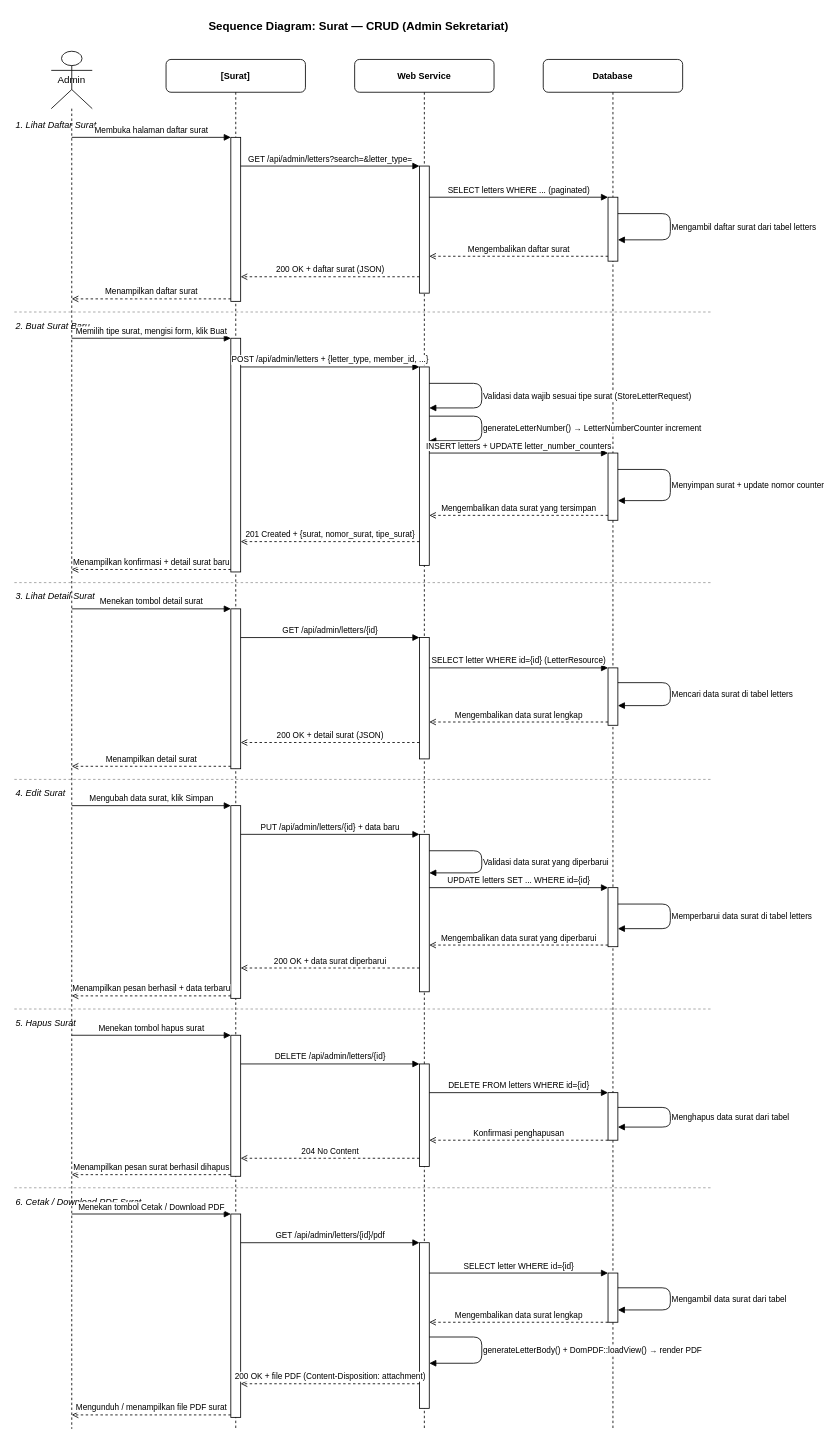
The draw.io diagram page "Surat" (3 of 5) of docs/sequence-diagram-sekretariat.drawio in davidgultom111/SekretariatSahala, before the edit. Source tidied: cells renumbered, new cells numbered last; positions are measured from the earlier drawing's top-left corner, leaving out a move shared by most shapes. Both pictures are drawn from the tidied source at 82%, with x=0, y=0 at pixel (14, 14).
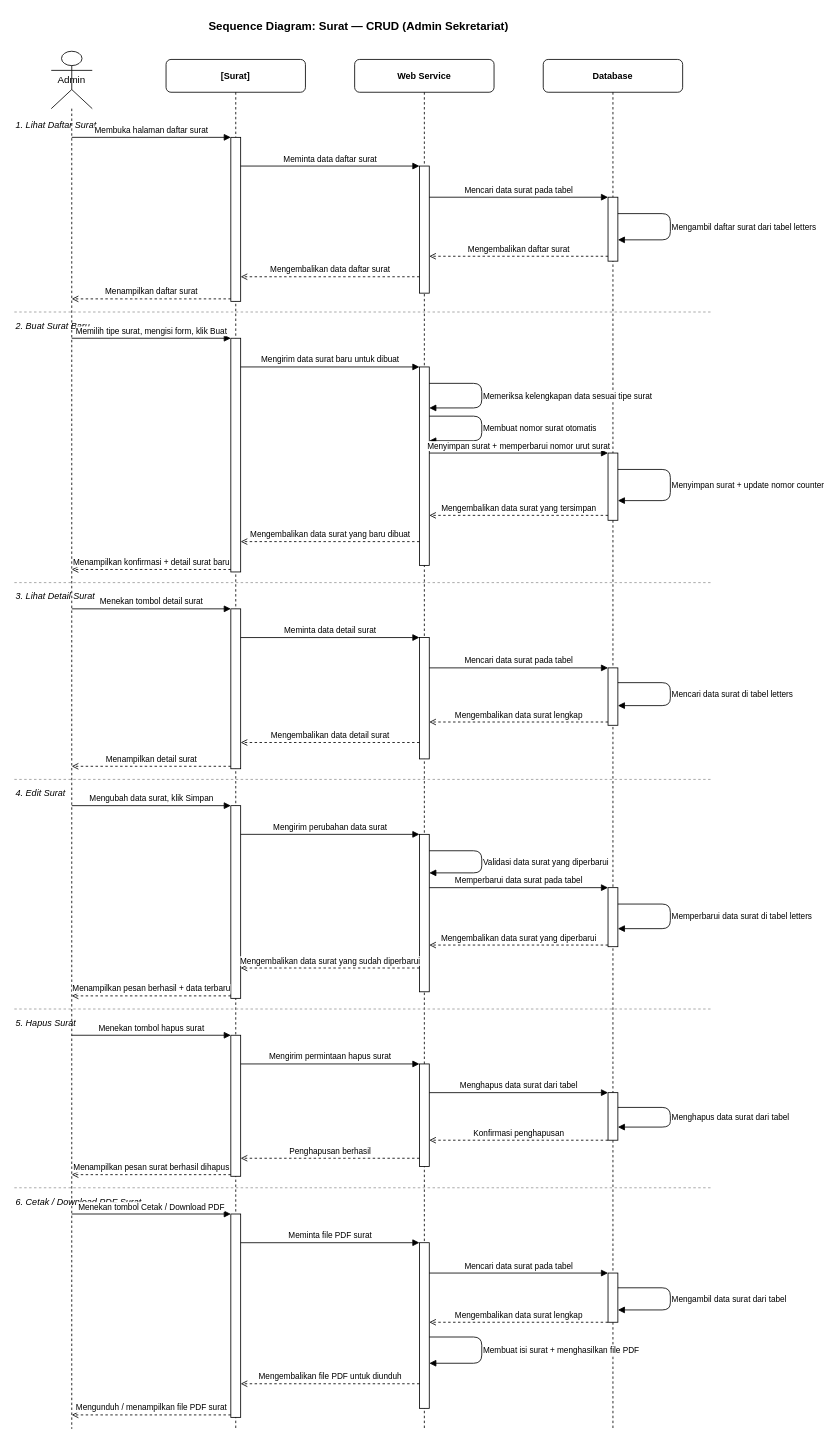
The same diagram, later.

Commit message (it also covers changes not shown here):
ganti bahasa teknis ke bahasa Indonesia pada sequence diagram sekretariat

Semua teks pesan pada halaman Data Anggota, Surat, Kelola Pengajuan, dan
Konten Website diubah dari bahasa teknis (URL API, query SQL, kode HTTP)
menjadi bahasa Indonesia yang mudah dipahami.

What changed in the source:
```diff
@@
-    <mxCell id="16" value="GET /api/admin/letters?search=&amp;letter_type=" style="endArrow=block;endFill=1;strokeColor=#000000;fillColor=#000000;html=1;align=center;fontSize=10;verticalAlign=bottom;" parent="1" edge="1">
+    <mxCell id="16" value="Meminta data daftar surat" style="endArrow=block;endFill=1;strokeColor=#000000;fillColor=#000000;html=1;align=center;fontSize=10;verticalAlign=bottom;" parent="1" edge="1">
       <mxGeometry relative="1" as="geometry">
         <mxPoint x="276" y="185" as="sourcePoint" />
         <mxPoint x="494" y="185" as="targetPoint" />
       </mxGeometry>
     </mxCell>
-    <mxCell id="17" value="SELECT letters WHERE ... (paginated)" style="endArrow=block;endFill=1;strokeColor=#000000;fillColor=#000000;html=1;align=center;fontSize=10;verticalAlign=bottom;" parent="1" edge="1">
+    <mxCell id="17" value="Mencari data surat pada tabel" style="endArrow=block;endFill=1;strokeColor=#000000;fillColor=#000000;html=1;align=center;fontSize=10;verticalAlign=bottom;" parent="1" edge="1">
       <mxGeometry relative="1" as="geometry">
         <mxPoint x="506" y="223" as="sourcePoint" />
         <mxPoint x="724" y="223" as="targetPoint" />
       </mxGeometry>
     </mxCell>
@@
-    <mxCell id="20" value="200 OK + daftar surat (JSON)" style="endArrow=open;endFill=0;dashed=1;strokeColor=#000000;html=1;align=center;fontSize=10;verticalAlign=bottom;" parent="1" edge="1">
+    <mxCell id="20" value="Mengembalikan data daftar surat" style="endArrow=open;endFill=0;dashed=1;strokeColor=#000000;html=1;align=center;fontSize=10;verticalAlign=bottom;" parent="1" edge="1">
       <mxGeometry relative="1" as="geometry">
         <mxPoint x="494" y="320" as="sourcePoint" />
         <mxPoint x="276" y="320" as="targetPoint" />
       </mxGeometry>
     </mxCell>
@@
-    <mxCell id="28" value="POST /api/admin/letters + {letter_type, member_id, ...}" style="endArrow=block;endFill=1;strokeColor=#000000;fillColor=#000000;html=1;align=center;fontSize=10;verticalAlign=bottom;" parent="1" edge="1">
+    <mxCell id="28" value="Mengirim data surat baru untuk dibuat" style="endArrow=block;endFill=1;strokeColor=#000000;fillColor=#000000;html=1;align=center;fontSize=10;verticalAlign=bottom;" parent="1" edge="1">
       <mxGeometry relative="1" as="geometry">
         <mxPoint x="276" y="430" as="sourcePoint" />
         <mxPoint x="494" y="430" as="targetPoint" />
       </mxGeometry>
     </mxCell>
-    <mxCell id="29" value="Validasi data wajib sesuai tipe surat (StoreLetterRequest)" style="endArrow=block;endFill=1;strokeColor=#000000;fillColor=#000000;html=1;align=left;fontSize=10;" parent="1" edge="1">
+    <mxCell id="29" value="Memeriksa kelengkapan data sesuai tipe surat" style="endArrow=block;endFill=1;strokeColor=#000000;fillColor=#000000;html=1;align=left;fontSize=10;" parent="1" edge="1">
       <mxGeometry relative="1" as="geometry">
         <mxPoint x="506" y="450" as="sourcePoint" />
         <mxPoint x="506" y="480" as="targetPoint" />
         <Array as="points">
           <mxPoint x="570" y="450" />
           <mxPoint x="570" y="480" />
         </Array>
       </mxGeometry>
     </mxCell>
-    <mxCell id="30" value="generateLetterNumber() → LetterNumberCounter increment" style="endArrow=block;endFill=1;strokeColor=#000000;fillColor=#000000;html=1;align=left;fontSize=10;" parent="1" edge="1">
+    <mxCell id="30" value="Membuat nomor surat otomatis" style="endArrow=block;endFill=1;strokeColor=#000000;fillColor=#000000;html=1;align=left;fontSize=10;" parent="1" edge="1">
       <mxGeometry relative="1" as="geometry">
         <mxPoint x="506" y="490" as="sourcePoint" />
         <mxPoint x="506" y="520" as="targetPoint" />
         <Array as="points">
           <mxPoint x="570" y="490" />
           <mxPoint x="570" y="520" />
         </Array>
       </mxGeometry>
     </mxCell>
-    <mxCell id="31" value="INSERT letters + UPDATE letter_number_counters" style="endArrow=block;endFill=1;strokeColor=#000000;fillColor=#000000;html=1;align=center;fontSize=10;verticalAlign=bottom;" parent="1" edge="1">
+    <mxCell id="31" value="Menyimpan surat + memperbarui nomor urut surat" style="endArrow=block;endFill=1;strokeColor=#000000;fillColor=#000000;html=1;align=center;fontSize=10;verticalAlign=bottom;" parent="1" edge="1">
       <mxGeometry relative="1" as="geometry">
         <mxPoint x="506" y="535" as="sourcePoint" />
         <mxPoint x="724" y="535" as="targetPoint" />
       </mxGeometry>
     </mxCell>
@@
-    <mxCell id="34" value="201 Created + {surat, nomor_surat, tipe_surat}" style="endArrow=open;endFill=0;dashed=1;strokeColor=#000000;html=1;align=center;fontSize=10;verticalAlign=bottom;" parent="1" edge="1">
+    <mxCell id="34" value="Mengembalikan data surat yang baru dibuat" style="endArrow=open;endFill=0;dashed=1;strokeColor=#000000;html=1;align=center;fontSize=10;verticalAlign=bottom;" parent="1" edge="1">
       <mxGeometry relative="1" as="geometry">
         <mxPoint x="494" y="643" as="sourcePoint" />
         <mxPoint x="276" y="643" as="targetPoint" />
       </mxGeometry>
     </mxCell>
@@
-    <mxCell id="42" value="GET /api/admin/letters/{id}" style="endArrow=block;endFill=1;strokeColor=#000000;fillColor=#000000;html=1;align=center;fontSize=10;verticalAlign=bottom;" parent="1" edge="1">
+    <mxCell id="42" value="Meminta data detail surat" style="endArrow=block;endFill=1;strokeColor=#000000;fillColor=#000000;html=1;align=center;fontSize=10;verticalAlign=bottom;" parent="1" edge="1">
       <mxGeometry relative="1" as="geometry">
         <mxPoint x="276" y="760" as="sourcePoint" />
         <mxPoint x="494" y="760" as="targetPoint" />
       </mxGeometry>
     </mxCell>
-    <mxCell id="43" value="SELECT letter WHERE id={id} (LetterResource)" style="endArrow=block;endFill=1;strokeColor=#000000;fillColor=#000000;html=1;align=center;fontSize=10;verticalAlign=bottom;" parent="1" edge="1">
+    <mxCell id="43" value="Mencari data surat pada tabel" style="endArrow=block;endFill=1;strokeColor=#000000;fillColor=#000000;html=1;align=center;fontSize=10;verticalAlign=bottom;" parent="1" edge="1">
       <mxGeometry relative="1" as="geometry">
         <mxPoint x="506" y="797" as="sourcePoint" />
         <mxPoint x="724" y="797" as="targetPoint" />
       </mxGeometry>
     </mxCell>
@@
-    <mxCell id="46" value="200 OK + detail surat (JSON)" style="endArrow=open;endFill=0;dashed=1;strokeColor=#000000;html=1;align=center;fontSize=10;verticalAlign=bottom;" parent="1" edge="1">
+    <mxCell id="46" value="Mengembalikan data detail surat" style="endArrow=open;endFill=0;dashed=1;strokeColor=#000000;html=1;align=center;fontSize=10;verticalAlign=bottom;" parent="1" edge="1">
       <mxGeometry relative="1" as="geometry">
         <mxPoint x="494" y="888" as="sourcePoint" />
         <mxPoint x="276" y="888" as="targetPoint" />
       </mxGeometry>
     </mxCell>
@@
-    <mxCell id="54" value="PUT /api/admin/letters/{id} + data baru" style="endArrow=block;endFill=1;strokeColor=#000000;fillColor=#000000;html=1;align=center;fontSize=10;verticalAlign=bottom;" parent="1" edge="1">
+    <mxCell id="54" value="Mengirim perubahan data surat" style="endArrow=block;endFill=1;strokeColor=#000000;fillColor=#000000;html=1;align=center;fontSize=10;verticalAlign=bottom;" parent="1" edge="1">
       <mxGeometry relative="1" as="geometry">
         <mxPoint x="276" y="1000" as="sourcePoint" />
         <mxPoint x="494" y="1000" as="targetPoint" />
       </mxGeometry>
     </mxCell>
@@
-    <mxCell id="56" value="UPDATE letters SET ... WHERE id={id}" style="endArrow=block;endFill=1;strokeColor=#000000;fillColor=#000000;html=1;align=center;fontSize=10;verticalAlign=bottom;" parent="1" edge="1">
+    <mxCell id="56" value="Memperbarui data surat pada tabel" style="endArrow=block;endFill=1;strokeColor=#000000;fillColor=#000000;html=1;align=center;fontSize=10;verticalAlign=bottom;" parent="1" edge="1">
       <mxGeometry relative="1" as="geometry">
         <mxPoint x="506" y="1065" as="sourcePoint" />
         <mxPoint x="724" y="1065" as="targetPoint" />
       </mxGeometry>
     </mxCell>
@@
-    <mxCell id="59" value="200 OK + data surat diperbarui" style="endArrow=open;endFill=0;dashed=1;strokeColor=#000000;html=1;align=center;fontSize=10;verticalAlign=bottom;" parent="1" edge="1">
+    <mxCell id="59" value="Mengembalikan data surat yang sudah diperbarui" style="endArrow=open;endFill=0;dashed=1;strokeColor=#000000;html=1;align=center;fontSize=10;verticalAlign=bottom;" parent="1" edge="1">
       <mxGeometry relative="1" as="geometry">
         <mxPoint x="494" y="1163" as="sourcePoint" />
         <mxPoint x="276" y="1163" as="targetPoint" />
       </mxGeometry>
     </mxCell>
@@
-    <mxCell id="67" value="DELETE /api/admin/letters/{id}" style="endArrow=block;endFill=1;strokeColor=#000000;fillColor=#000000;html=1;align=center;fontSize=10;verticalAlign=bottom;" parent="1" edge="1">
+    <mxCell id="67" value="Mengirim permintaan hapus surat" style="endArrow=block;endFill=1;strokeColor=#000000;fillColor=#000000;html=1;align=center;fontSize=10;verticalAlign=bottom;" parent="1" edge="1">
       <mxGeometry relative="1" as="geometry">
         <mxPoint x="276" y="1280" as="sourcePoint" />
         <mxPoint x="494" y="1280" as="targetPoint" />
       </mxGeometry>
     </mxCell>
-    <mxCell id="68" value="DELETE FROM letters WHERE id={id}" style="endArrow=block;endFill=1;strokeColor=#000000;fillColor=#000000;html=1;align=center;fontSize=10;verticalAlign=bottom;" parent="1" edge="1">
+    <mxCell id="68" value="Menghapus data surat dari tabel" style="endArrow=block;endFill=1;strokeColor=#000000;fillColor=#000000;html=1;align=center;fontSize=10;verticalAlign=bottom;" parent="1" edge="1">
       <mxGeometry relative="1" as="geometry">
         <mxPoint x="506" y="1315" as="sourcePoint" />
         <mxPoint x="724" y="1315" as="targetPoint" />
       </mxGeometry>
     </mxCell>
@@
-    <mxCell id="71" value="204 No Content" style="endArrow=open;endFill=0;dashed=1;strokeColor=#000000;html=1;align=center;fontSize=10;verticalAlign=bottom;" parent="1" edge="1">
+    <mxCell id="71" value="Penghapusan berhasil" style="endArrow=open;endFill=0;dashed=1;strokeColor=#000000;html=1;align=center;fontSize=10;verticalAlign=bottom;" parent="1" edge="1">
       <mxGeometry relative="1" as="geometry">
         <mxPoint x="494" y="1395" as="sourcePoint" />
         <mxPoint x="276" y="1395" as="targetPoint" />
       </mxGeometry>
     </mxCell>
@@
-    <mxCell id="79" value="GET /api/admin/letters/{id}/pdf" style="endArrow=block;endFill=1;strokeColor=#000000;fillColor=#000000;html=1;align=center;fontSize=10;verticalAlign=bottom;" parent="1" edge="1">
+    <mxCell id="79" value="Meminta file PDF surat" style="endArrow=block;endFill=1;strokeColor=#000000;fillColor=#000000;html=1;align=center;fontSize=10;verticalAlign=bottom;" parent="1" edge="1">
       <mxGeometry relative="1" as="geometry">
         <mxPoint x="276" y="1498" as="sourcePoint" />
         <mxPoint x="494" y="1498" as="targetPoint" />
       </mxGeometry>
     </mxCell>
-    <mxCell id="80" value="SELECT letter WHERE id={id}" style="endArrow=block;endFill=1;strokeColor=#000000;fillColor=#000000;html=1;align=center;fontSize=10;verticalAlign=bottom;" parent="1" edge="1">
+    <mxCell id="80" value="Mencari data surat pada tabel" style="endArrow=block;endFill=1;strokeColor=#000000;fillColor=#000000;html=1;align=center;fontSize=10;verticalAlign=bottom;" parent="1" edge="1">
       <mxGeometry relative="1" as="geometry">
         <mxPoint x="506" y="1535" as="sourcePoint" />
         <mxPoint x="724" y="1535" as="targetPoint" />
       </mxGeometry>
     </mxCell>
@@
-    <mxCell id="83" value="generateLetterBody() + DomPDF::loadView() → render PDF" style="endArrow=block;endFill=1;strokeColor=#000000;fillColor=#000000;html=1;align=left;fontSize=10;" parent="1" edge="1">
+    <mxCell id="83" value="Membuat isi surat + menghasilkan file PDF" style="endArrow=block;endFill=1;strokeColor=#000000;fillColor=#000000;html=1;align=left;fontSize=10;" parent="1" edge="1">
       <mxGeometry relative="1" as="geometry">
         <mxPoint x="506" y="1613" as="sourcePoint" />
         <mxPoint x="506" y="1645" as="targetPoint" />
         <Array as="points">
           <mxPoint x="570" y="1613" />
           <mxPoint x="570" y="1645" />
         </Array>
       </mxGeometry>
     </mxCell>
-    <mxCell id="84" value="200 OK + file PDF (Content-Disposition: attachment)" style="endArrow=open;endFill=0;dashed=1;strokeColor=#000000;html=1;align=center;fontSize=10;verticalAlign=bottom;" parent="1" edge="1">
+    <mxCell id="84" value="Mengembalikan file PDF untuk diunduh" style="endArrow=open;endFill=0;dashed=1;strokeColor=#000000;html=1;align=center;fontSize=10;verticalAlign=bottom;" parent="1" edge="1">
       <mxGeometry relative="1" as="geometry">
         <mxPoint x="494" y="1670" as="sourcePoint" />
         <mxPoint x="276" y="1670" as="targetPoint" />
       </mxGeometry>
     </mxCell>
```
